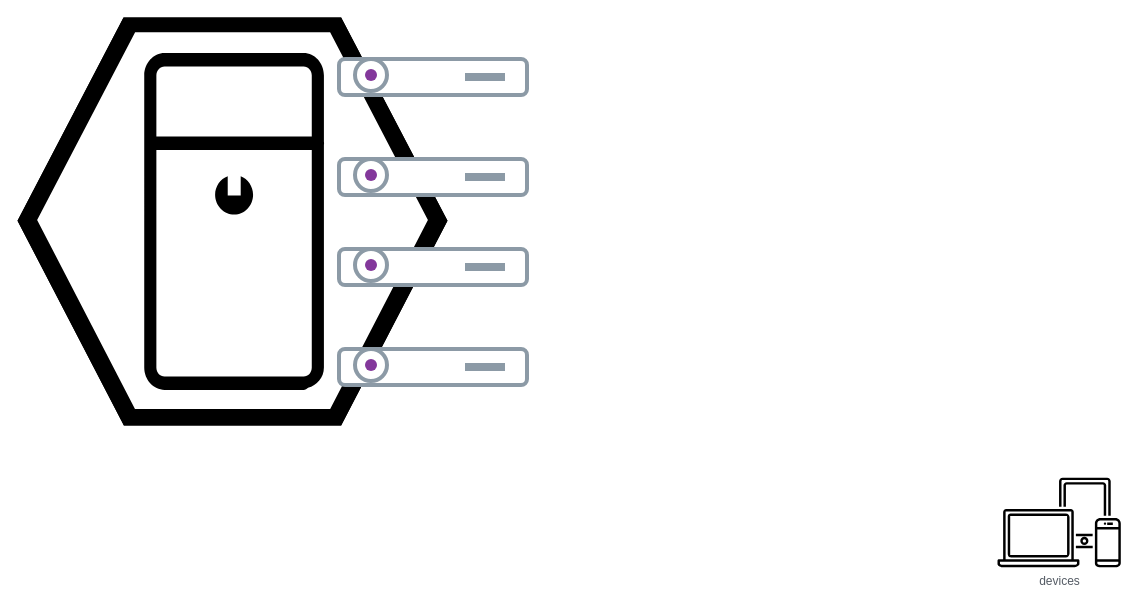
Earlier version of the draw.io diagram Untitled Diagram.drawio (saminCSE/Fix_Engine_Run_Flow). Source tidied: cells renumbered, new cells numbered last; positions are measured from the earlier drawing's top-left corner, leaving out a move shared by most shapes. Both pictures are drawn from the tidied source at 100%, with x=0, y=0 at pixel (17, 17).
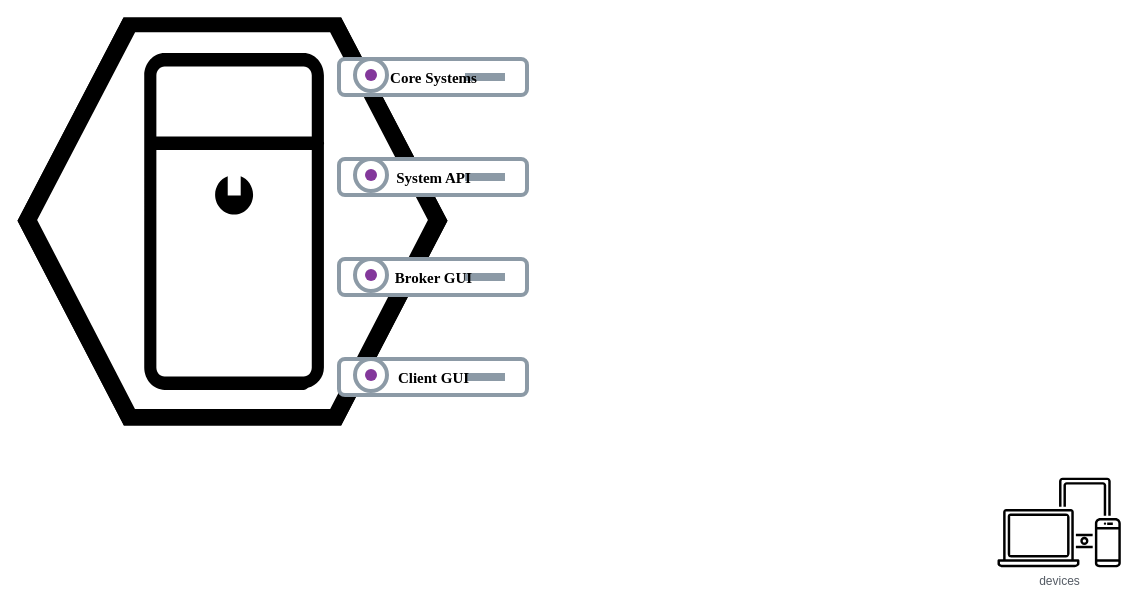
Above is the later version.

Diff of the diagram source:
```diff
@@
 <mxGraphModel>
   <root>
     <mxCell id="0" />
     <mxCell id="1" parent="0" />
     <mxCell id="2" style="verticalLabelPosition=bottom;sketch=0;html=1;fillColor=#000000;strokeColor=#ffffff;verticalAlign=top;align=center;shape=mxgraph.cisco_safe.compositeIcon;bgIcon=mxgraph.cisco_safe.design.blank_device;resIcon=mxgraph.cisco_safe.design.server_4;" parent="1" vertex="1">
       <mxGeometry width="430" height="408" as="geometry" />
     </mxCell>
-    <mxCell id="3" style="image;perimeter=ellipsePerimeter;html=1;align=center;fontSize=12;verticalAlign=top;fontColor=#000000;shadow=0;dashed=0;image=img/lib/cumulus/netq_server.svg;" parent="1" vertex="1">
+    <mxCell id="3" value="Core Systems" style="image;perimeter=ellipsePerimeter;align=center;fontSize=15;verticalAlign=middle;fontColor=#000000;shadow=0;dashed=0;image=img/lib/cumulus/netq_server.svg;strokeColor=#000000;fontFamily=Times New Roman;fontStyle=1;horizontal=1;labelPosition=center;verticalLabelPosition=middle;labelBorderColor=none;labelBackgroundColor=none;html=1;" parent="1" vertex="1">
       <mxGeometry x="320" y="40" width="192" height="40" as="geometry" />
     </mxCell>
-    <mxCell id="4" style="image;perimeter=ellipsePerimeter;html=1;align=center;fontSize=12;verticalAlign=top;fontColor=#000000;shadow=0;dashed=0;image=img/lib/cumulus/netq_server.svg;" parent="1" vertex="1">
-      <mxGeometry x="320" y="230" width="192" height="40" as="geometry" />
-    </mxCell>
-    <mxCell id="5" style="image;perimeter=ellipsePerimeter;html=1;align=center;fontSize=12;verticalAlign=top;fontColor=#000000;shadow=0;dashed=0;image=img/lib/cumulus/netq_server.svg;" parent="1" vertex="1">
-      <mxGeometry x="320" y="140" width="192" height="40" as="geometry" />
-    </mxCell>
-    <mxCell id="6" style="image;perimeter=ellipsePerimeter;html=1;align=center;fontSize=12;verticalAlign=top;fontColor=#000000;shadow=0;dashed=0;image=img/lib/cumulus/netq_server.svg;" parent="1" vertex="1">
-      <mxGeometry x="320" y="330" width="192" height="40" as="geometry" />
-    </mxCell>
     <mxCell id="7" value="devices" style="sketch=0;gradientColor=none;fontColor=#545B64;strokeColor=none;fillColor=#000000;dashed=0;verticalLabelPosition=bottom;verticalAlign=top;align=center;html=1;fontSize=12;fontStyle=0;shape=mxgraph.aws4.illustration_devices;" parent="1" vertex="1">
       <mxGeometry x="980" y="460" width="123.3" height="90" as="geometry" />
     </mxCell>
+    <mxCell id="8" value="Client GUI" style="image;perimeter=ellipsePerimeter;html=1;align=center;fontSize=15;verticalAlign=middle;fontColor=#000000;shadow=0;dashed=0;image=img/lib/cumulus/netq_server.svg;strokeColor=#000000;fontFamily=Times New Roman;fontStyle=1;horizontal=1;labelPosition=center;verticalLabelPosition=middle;labelBackgroundColor=none;" parent="1" vertex="1">
+      <mxGeometry x="320" y="340" width="192" height="40" as="geometry" />
+    </mxCell>
+    <mxCell id="9" value="System API" style="image;perimeter=ellipsePerimeter;html=1;align=center;fontSize=15;verticalAlign=middle;fontColor=#000000;shadow=0;dashed=0;image=img/lib/cumulus/netq_server.svg;strokeColor=#000000;fontFamily=Times New Roman;fontStyle=1;horizontal=1;labelPosition=center;verticalLabelPosition=middle;labelBackgroundColor=none;" parent="1" vertex="1">
+      <mxGeometry x="320" y="140" width="192" height="40" as="geometry" />
+    </mxCell>
+    <mxCell id="10" value="Broker GUI" style="image;perimeter=ellipsePerimeter;html=1;align=center;fontSize=15;verticalAlign=middle;fontColor=#000000;shadow=0;dashed=0;image=img/lib/cumulus/netq_server.svg;strokeColor=#000000;fontFamily=Times New Roman;fontStyle=1;horizontal=1;labelPosition=center;verticalLabelPosition=middle;labelBackgroundColor=none;" parent="1" vertex="1">
+      <mxGeometry x="320" y="240" width="192" height="40" as="geometry" />
+    </mxCell>
   </root>
 </mxGraphModel>
```
